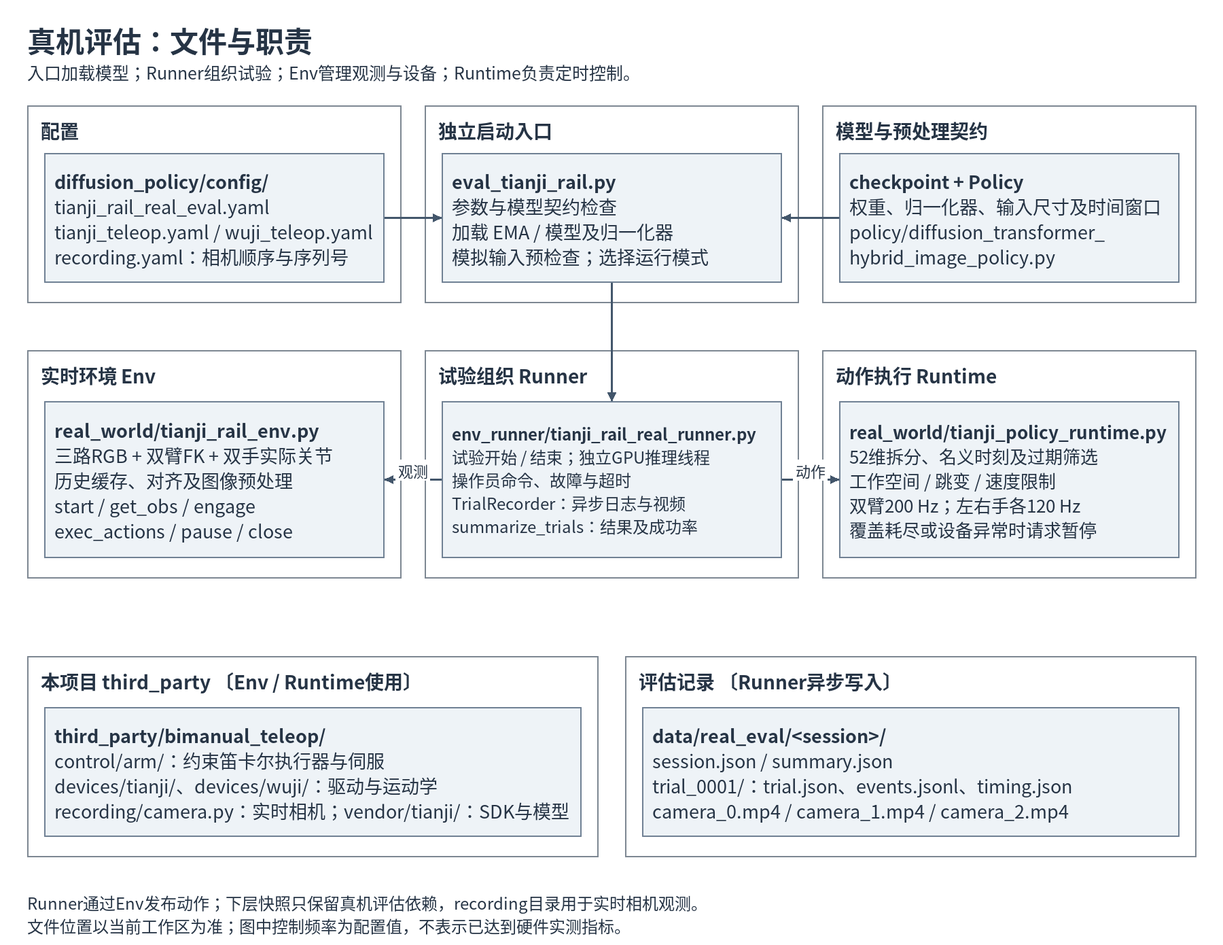
Before: docs/tianji-rail/real_eval_structure/01-files.png, a diagram exported from Mermaid (Wang-Yongsen/diffusion_policy). Its source is kept beside it as docs/tianji-rail/real_eval_structure/01-files.mmd. Its diagram source:
```mermaid
flowchart TD
  subgraph cfg["配置"]
    config["diffusion_policy/config/<br/>tianji_rail_real_eval.yaml<br/>tianji_teleop.yaml / wuji_teleop.yaml<br/>recording.yaml：相机顺序与序列号"]
  end
  subgraph entry["独立启动入口"]
    main["eval_tianji_rail.py<br/>参数与模型契约检查<br/>加载 EMA / 模型及归一化器<br/>模拟输入预检查；选择运行模式"]
  end
  subgraph model["模型与预处理契约"]
    checkpoint["checkpoint + Policy<br/>权重、归一化器、输入尺寸及时间窗口<br/>policy/diffusion_transformer_<br/>hybrid_image_policy.py"]
  end
  subgraph env["实时环境 Env"]
    environment["real_world/tianji_rail_env.py<br/>三路RGB + 双臂FK + 双手实际关节<br/>历史缓存、对齐及图像预处理<br/>start / get_obs / engage<br/>exec_actions / pause / close"]
  end
  subgraph runner["试验组织 Runner"]
    trials["env_runner/tianji_rail_real_runner.py<br/>试验开始 / 结束；独立GPU推理线程<br/>操作员命令、故障与超时<br/>TrialRecorder：异步日志与视频<br/>summarize_trials：结果及成功率"]
  end
  subgraph runtime["动作执行 Runtime"]
    targets["real_world/tianji_policy_runtime.py<br/>52维拆分、名义时刻及过期筛选<br/>工作空间 / 跳变 / 速度限制<br/>双臂200 Hz；左右手各120 Hz<br/>覆盖耗尽或设备异常时请求暂停"]
  end
  subgraph vendor["本项目 third_party 〔Env / Runtime使用〕"]
    devices["third_party/bimanual_teleop/<br/>control/arm/：约束笛卡尔执行器与伺服<br/>devices/tianji/、devices/wuji/：驱动与运动学<br/>recording/camera.py：实时相机；vendor/tianji/：SDK与模型"]
  end
  subgraph logs["评估记录 〔Runner异步写入〕"]
    records["data/real_eval/<session>/<br/>session.json / summary.json<br/>trial_0001/：trial.json、events.jsonl、timing.json<br/>camera_0.mp4 / camera_1.mp4 / camera_2.mp4"]
  end
  config --> main
  checkpoint --> main
  main --> trials
  trials -->|"观测"| environment
  trials -->|"动作"| targets
```
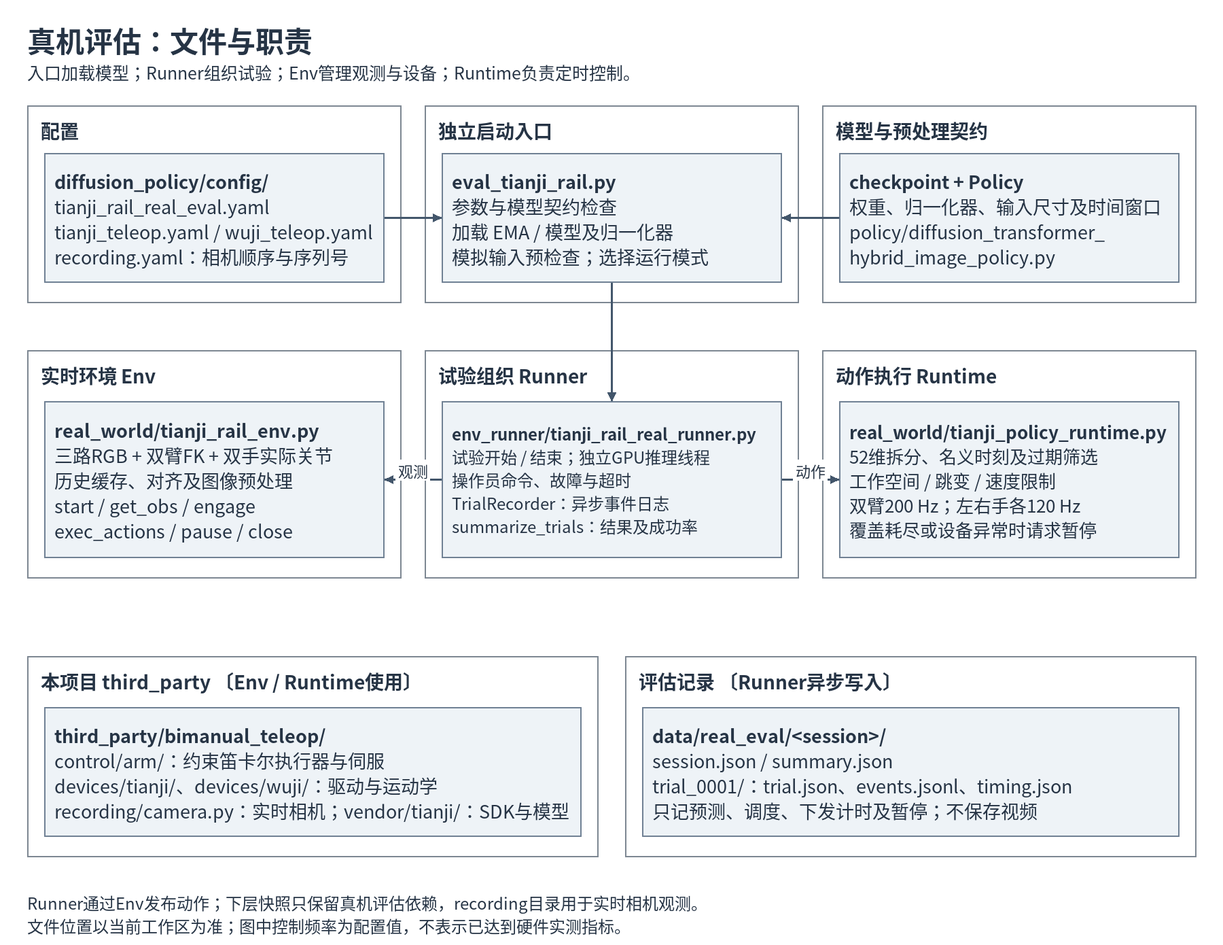
Above is the later version.

Change to the diagram source:
```diff
@@ -12,7 +12,7 @@
     environment["real_world/tianji_rail_env.py<br/>三路RGB + 双臂FK + 双手实际关节<br/>历史缓存、对齐及图像预处理<br/>start / get_obs / engage<br/>exec_actions / pause / close"]
   end
   subgraph runner["试验组织 Runner"]
-    trials["env_runner/tianji_rail_real_runner.py<br/>试验开始 / 结束；独立GPU推理线程<br/>操作员命令、故障与超时<br/>TrialRecorder：异步日志与视频<br/>summarize_trials：结果及成功率"]
+    trials["env_runner/tianji_rail_real_runner.py<br/>试验开始 / 结束；独立GPU推理线程<br/>操作员命令、故障与超时<br/>TrialRecorder：异步事件日志<br/>summarize_trials：结果及成功率"]
   end
   subgraph runtime["动作执行 Runtime"]
     targets["real_world/tianji_policy_runtime.py<br/>52维拆分、名义时刻及过期筛选<br/>工作空间 / 跳变 / 速度限制<br/>双臂200 Hz；左右手各120 Hz<br/>覆盖耗尽或设备异常时请求暂停"]
@@ -21,7 +21,7 @@
     devices["third_party/bimanual_teleop/<br/>control/arm/：约束笛卡尔执行器与伺服<br/>devices/tianji/、devices/wuji/：驱动与运动学<br/>recording/camera.py：实时相机；vendor/tianji/：SDK与模型"]
   end
   subgraph logs["评估记录 〔Runner异步写入〕"]
-    records["data/real_eval/<session>/<br/>session.json / summary.json<br/>trial_0001/：trial.json、events.jsonl、timing.json<br/>camera_0.mp4 / camera_1.mp4 / camera_2.mp4"]
+    records["data/real_eval/<session>/<br/>session.json / summary.json<br/>trial_0001/：trial.json、events.jsonl、timing.json<br/>只记预测、调度、下发计时及暂停；不保存视频"]
   end
   config --> main
   checkpoint --> main
```
